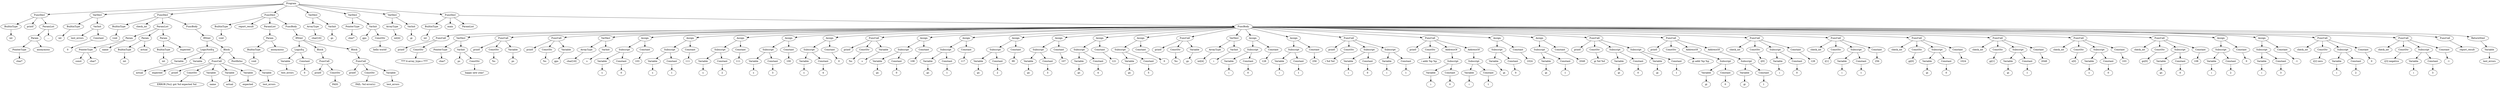
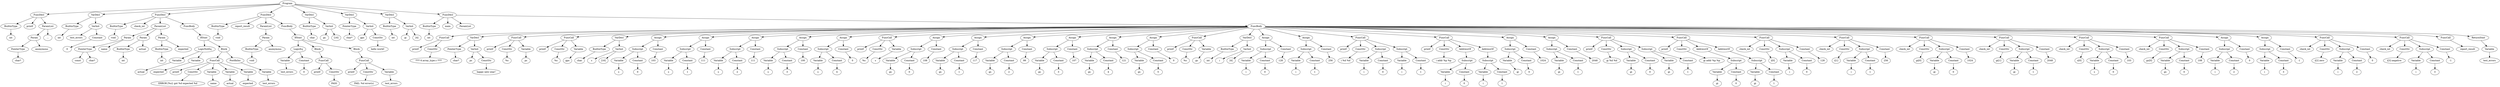
digraph {
Program [label = Program]
Program -> FuncDecl_0
FuncDecl_0 [label = FuncDecl]
FuncDecl_0 -> BuiltinType_1
BuiltinType_1 [label = BuiltinType]
"int_1" [label = "int"]
BuiltinType_1 -> "int_1"
printf_0[ label = printf]
FuncDecl_0 -> printf_0
FuncDecl_0 -> ParamList_2
ParamList_2 [label = ParamList]
ParamList_2 -> Param_3
Param_3 [label = Param]
Param_3 -> PointerType_4
PointerType_4 [label = PointerType]
"char*_4" [label = "char*"]
PointerType_4 -> "char*_4"
anonymous_3 [label = anonymous]
Param_3 -> anonymous_3
"..._2" [label = "..."]
ParamList_2 -> "..._2"
Program -> VarDecl_5
VarDecl_5 [label = VarDecl]
VarDecl_5 -> BuiltinType_6
BuiltinType_6 [label = BuiltinType]
"int_6" [label = "int"]
BuiltinType_6 -> "int_6"
VarDecl_5 -> VarInit_7
VarInit_7 [label = VarInit]
test_errors_7 [label = test_errors]
VarInit_7 -> test_errors_7
VarInit_7 -> Constant_8
Constant_8 [label = Constant]
int_8 [label = "0"]
Constant_8 -> int_8
Program -> FuncDecl_9
FuncDecl_9 [label = FuncDecl]
FuncDecl_9 -> BuiltinType_10
BuiltinType_10 [label = BuiltinType]
"void_10" [label = "void"]
BuiltinType_10 -> "void_10"
check_int_9[ label = check_int]
FuncDecl_9 -> check_int_9
FuncDecl_9 -> ParamList_11
ParamList_11 [label = ParamList]
ParamList_11 -> Param_12
Param_12 [label = Param]
Param_12 -> PointerType_13
PointerType_13 [label = PointerType]
const_13 [label = const]
PointerType_13 -> const_13
"char*_13" [label = "char*"]
PointerType_13 -> "char*_13"
name_12 [label = name]
Param_12 -> name_12
ParamList_11 -> Param_14
Param_14 [label = Param]
Param_14 -> BuiltinType_15
BuiltinType_15 [label = BuiltinType]
"int_15" [label = "int"]
BuiltinType_15 -> "int_15"
actual_14 [label = actual]
Param_14 -> actual_14
ParamList_11 -> Param_16
Param_16 [label = Param]
Param_16 -> BuiltinType_17
BuiltinType_17 [label = BuiltinType]
"int_17" [label = "int"]
BuiltinType_17 -> "int_17"
expected_16 [label = expected]
Param_16 -> expected_16
FuncDecl_9 -> FuncBody_18
FuncBody_18 [label = FuncBody]
FuncBody_18 -> IfStmt_19
IfStmt_19 [label = IfStmt]
IfStmt_19 -> LogicNotEq_20
LogicNotEq_20 [label = LogicNotEq]
LogicNotEq_20 -> Variable_21
Variable_21 [label = Variable]
actual_21 [label = actual]
Variable_21 -> actual_21
LogicNotEq_20 -> Variable_22
Variable_22 [label = Variable]
expected_22 [label = expected]
Variable_22 -> expected_22
IfStmt_19 -> Block_23
Block_23 [label = Block]
Block_23 -> FuncCall_24
FuncCall_24 [label = FuncCall]
printf_24[ label = printf]
FuncCall_24 -> printf_24
FuncCall_24 -> ConstStr_25
ConstStr_25 [label = ConstStr]
str_25 [label = "ERROR [%s]: got %d expected %d"]
ConstStr_25 -> str_25
FuncCall_24 -> Variable_26
Variable_26 [label = Variable]
name_26 [label = name]
Variable_26 -> name_26
FuncCall_24 -> Variable_27
Variable_27 [label = Variable]
actual_27 [label = actual]
Variable_27 -> actual_27
FuncCall_24 -> Variable_28
Variable_28 [label = Variable]
expected_28 [label = expected]
Variable_28 -> expected_28
Block_23 -> PostfixInc_29
PostfixInc_29 [label = PostfixInc]
PostfixInc_29 -> Variable_30
Variable_30 [label = Variable]
test_errors_30 [label = test_errors]
Variable_30 -> test_errors_30
Program -> FuncDecl_31
FuncDecl_31 [label = FuncDecl]
FuncDecl_31 -> BuiltinType_32
BuiltinType_32 [label = BuiltinType]
"void_32" [label = "void"]
BuiltinType_32 -> "void_32"
report_result_31[ label = report_result]
FuncDecl_31 -> report_result_31
FuncDecl_31 -> ParamList_33
ParamList_33 [label = ParamList]
ParamList_33 -> Param_34
Param_34 [label = Param]
Param_34 -> BuiltinType_35
BuiltinType_35 [label = BuiltinType]
"void_35" [label = "void"]
BuiltinType_35 -> "void_35"
anonymous_34 [label = anonymous]
Param_34 -> anonymous_34
FuncDecl_31 -> FuncBody_36
FuncBody_36 [label = FuncBody]
FuncBody_36 -> IfStmt_37
IfStmt_37 [label = IfStmt]
IfStmt_37 -> LogicEq_38
LogicEq_38 [label = LogicEq]
LogicEq_38 -> Variable_39
Variable_39 [label = Variable]
test_errors_39 [label = test_errors]
Variable_39 -> test_errors_39
LogicEq_38 -> Constant_40
Constant_40 [label = Constant]
int_40 [label = "0"]
Constant_40 -> int_40
IfStmt_37 -> Block_41
Block_41 [label = Block]
Block_41 -> FuncCall_42
FuncCall_42 [label = FuncCall]
printf_42[ label = printf]
FuncCall_42 -> printf_42
FuncCall_42 -> ConstStr_43
ConstStr_43 [label = ConstStr]
str_43 [label = "PASS"]
ConstStr_43 -> str_43
IfStmt_37 -> Block_44
Block_44 [label = Block]
Block_44 -> FuncCall_45
FuncCall_45 [label = FuncCall]
printf_45[ label = printf]
FuncCall_45 -> printf_45
FuncCall_45 -> ConstStr_46
ConstStr_46 [label = ConstStr]
str_46 [label = "FAIL: %d error(s)"]
ConstStr_46 -> str_46
FuncCall_45 -> Variable_47
Variable_47 [label = Variable]
test_errors_47 [label = test_errors]
Variable_47 -> test_errors_47
Program -> VarDecl_48
VarDecl_48 [label = VarDecl]
- VarDecl_48 -> ArrayType_49
- ArrayType_49 [label = ArrayType]
- "char[16]_49" [label = "char[16]"]
- ArrayType_49 -> "char[16]_49"
+ VarDecl_48 -> BuiltinType_49
+ BuiltinType_49 [label = BuiltinType]
+ "char_49" [label = "char"]
+ BuiltinType_49 -> "char_49"
VarDecl_48 -> VarInit_50
VarInit_50 [label = VarInit]
gs_50 [label = gs]
VarInit_50 -> gs_50
+ bounds_50 [label = "[16]"]
+ VarInit_50 -> bounds_50
Program -> VarDecl_51
VarDecl_51 [label = VarDecl]
VarDecl_51 -> PointerType_52
PointerType_52 [label = PointerType]
"char*_52" [label = "char*"]
PointerType_52 -> "char*_52"
VarDecl_51 -> VarInit_53
VarInit_53 [label = VarInit]
gps_53 [label = gps]
VarInit_53 -> gps_53
VarInit_53 -> ConstStr_54
ConstStr_54 [label = ConstStr]
str_54 [label = "hello world!"]
ConstStr_54 -> str_54
Program -> VarDecl_55
VarDecl_55 [label = VarDecl]
- VarDecl_55 -> ArrayType_56
- ArrayType_56 [label = ArrayType]
- "int[4]_56" [label = "int[4]"]
- ArrayType_56 -> "int[4]_56"
+ VarDecl_55 -> BuiltinType_56
+ BuiltinType_56 [label = BuiltinType]
+ "int_56" [label = "int"]
+ BuiltinType_56 -> "int_56"
VarDecl_55 -> VarInit_57
VarInit_57 [label = VarInit]
gi_57 [label = gi]
VarInit_57 -> gi_57
+ bounds_57 [label = "[4]"]
+ VarInit_57 -> bounds_57
Program -> FuncDecl_58
FuncDecl_58 [label = FuncDecl]
FuncDecl_58 -> BuiltinType_59
BuiltinType_59 [label = BuiltinType]
"int_59" [label = "int"]
BuiltinType_59 -> "int_59"
main_58[ label = main]
FuncDecl_58 -> main_58
FuncDecl_58 -> ParamList_60
ParamList_60 [label = ParamList]
FuncDecl_58 -> FuncBody_61
FuncBody_61 [label = FuncBody]
FuncBody_61 -> FuncCall_62
FuncCall_62 [label = FuncCall]
printf_62[ label = printf]
FuncCall_62 -> printf_62
FuncCall_62 -> ConstStr_63
ConstStr_63 [label = ConstStr]
str_63 [label = "**** 6.array_type.c ****"]
ConstStr_63 -> str_63
FuncBody_61 -> VarDecl_64
VarDecl_64 [label = VarDecl]
VarDecl_64 -> PointerType_65
PointerType_65 [label = PointerType]
"char*_65" [label = "char*"]
PointerType_65 -> "char*_65"
VarDecl_64 -> VarInit_66
VarInit_66 [label = VarInit]
ps_66 [label = ps]
VarInit_66 -> ps_66
VarInit_66 -> ConstStr_67
ConstStr_67 [label = ConstStr]
str_67 [label = "happy new year!"]
ConstStr_67 -> str_67
FuncBody_61 -> FuncCall_68
FuncCall_68 [label = FuncCall]
printf_68[ label = printf]
FuncCall_68 -> printf_68
FuncCall_68 -> ConstStr_69
ConstStr_69 [label = ConstStr]
str_69 [label = "%s"]
ConstStr_69 -> str_69
FuncCall_68 -> Variable_70
Variable_70 [label = Variable]
ps_70 [label = ps]
Variable_70 -> ps_70
FuncBody_61 -> FuncCall_71
FuncCall_71 [label = FuncCall]
printf_71[ label = printf]
FuncCall_71 -> printf_71
FuncCall_71 -> ConstStr_72
ConstStr_72 [label = ConstStr]
str_72 [label = "%s"]
ConstStr_72 -> str_72
FuncCall_71 -> Variable_73
Variable_73 [label = Variable]
gps_73 [label = gps]
Variable_73 -> gps_73
FuncBody_61 -> VarDecl_74
VarDecl_74 [label = VarDecl]
- VarDecl_74 -> ArrayType_75
- ArrayType_75 [label = ArrayType]
- "char[16]_75" [label = "char[16]"]
- ArrayType_75 -> "char[16]_75"
+ VarDecl_74 -> BuiltinType_75
+ BuiltinType_75 [label = BuiltinType]
+ "char_75" [label = "char"]
+ BuiltinType_75 -> "char_75"
VarDecl_74 -> VarInit_76
VarInit_76 [label = VarInit]
s_76 [label = s]
VarInit_76 -> s_76
+ bounds_76 [label = "[16]"]
+ VarInit_76 -> bounds_76
FuncBody_61 -> Assign_77
Assign_77 [label = Assign]
Assign_77 -> Subscript_78
Subscript_78 [label = Subscript]
Subscript_78 -> Variable_79
Variable_79 [label = Variable]
s_79 [label = s]
Variable_79 -> s_79
Subscript_78 -> Constant_80
Constant_80 [label = Constant]
int_80 [label = "0"]
Constant_80 -> int_80
Assign_77 -> Constant_81
Constant_81 [label = Constant]
char_81 [label = "103"]
Constant_81 -> char_81
FuncBody_61 -> Assign_82
Assign_82 [label = Assign]
Assign_82 -> Subscript_83
Subscript_83 [label = Subscript]
Subscript_83 -> Variable_84
Variable_84 [label = Variable]
s_84 [label = s]
Variable_84 -> s_84
Subscript_83 -> Constant_85
Constant_85 [label = Constant]
int_85 [label = "1"]
Constant_85 -> int_85
Assign_82 -> Constant_86
Constant_86 [label = Constant]
char_86 [label = "111"]
Constant_86 -> char_86
FuncBody_61 -> Assign_87
Assign_87 [label = Assign]
Assign_87 -> Subscript_88
Subscript_88 [label = Subscript]
Subscript_88 -> Variable_89
Variable_89 [label = Variable]
s_89 [label = s]
Variable_89 -> s_89
Subscript_88 -> Constant_90
Constant_90 [label = Constant]
int_90 [label = "2"]
Constant_90 -> int_90
Assign_87 -> Constant_91
Constant_91 [label = Constant]
char_91 [label = "111"]
Constant_91 -> char_91
FuncBody_61 -> Assign_92
Assign_92 [label = Assign]
Assign_92 -> Subscript_93
Subscript_93 [label = Subscript]
Subscript_93 -> Variable_94
Variable_94 [label = Variable]
s_94 [label = s]
Variable_94 -> s_94
Subscript_93 -> Constant_95
Constant_95 [label = Constant]
int_95 [label = "3"]
Constant_95 -> int_95
Assign_92 -> Constant_96
Constant_96 [label = Constant]
char_96 [label = "100"]
Constant_96 -> char_96
FuncBody_61 -> Assign_97
Assign_97 [label = Assign]
Assign_97 -> Subscript_98
Subscript_98 [label = Subscript]
Subscript_98 -> Variable_99
Variable_99 [label = Variable]
s_99 [label = s]
Variable_99 -> s_99
Subscript_98 -> Constant_100
Constant_100 [label = Constant]
int_100 [label = "4"]
Constant_100 -> int_100
Assign_97 -> Constant_101
Constant_101 [label = Constant]
int_101 [label = "0"]
Constant_101 -> int_101
FuncBody_61 -> FuncCall_102
FuncCall_102 [label = FuncCall]
printf_102[ label = printf]
FuncCall_102 -> printf_102
FuncCall_102 -> ConstStr_103
ConstStr_103 [label = ConstStr]
str_103 [label = "%s"]
ConstStr_103 -> str_103
FuncCall_102 -> Variable_104
Variable_104 [label = Variable]
s_104 [label = s]
Variable_104 -> s_104
FuncBody_61 -> Assign_105
Assign_105 [label = Assign]
Assign_105 -> Subscript_106
Subscript_106 [label = Subscript]
Subscript_106 -> Variable_107
Variable_107 [label = Variable]
gs_107 [label = gs]
Variable_107 -> gs_107
Subscript_106 -> Constant_108
Constant_108 [label = Constant]
int_108 [label = "0"]
Constant_108 -> int_108
Assign_105 -> Constant_109
Constant_109 [label = Constant]
char_109 [label = "108"]
Constant_109 -> char_109
FuncBody_61 -> Assign_110
Assign_110 [label = Assign]
Assign_110 -> Subscript_111
Subscript_111 [label = Subscript]
Subscript_111 -> Variable_112
Variable_112 [label = Variable]
gs_112 [label = gs]
Variable_112 -> gs_112
Subscript_111 -> Constant_113
Constant_113 [label = Constant]
int_113 [label = "1"]
Constant_113 -> int_113
Assign_110 -> Constant_114
Constant_114 [label = Constant]
char_114 [label = "117"]
Constant_114 -> char_114
FuncBody_61 -> Assign_115
Assign_115 [label = Assign]
Assign_115 -> Subscript_116
Subscript_116 [label = Subscript]
Subscript_116 -> Variable_117
Variable_117 [label = Variable]
gs_117 [label = gs]
Variable_117 -> gs_117
Subscript_116 -> Constant_118
Constant_118 [label = Constant]
int_118 [label = "2"]
Constant_118 -> int_118
Assign_115 -> Constant_119
Constant_119 [label = Constant]
char_119 [label = "99"]
Constant_119 -> char_119
FuncBody_61 -> Assign_120
Assign_120 [label = Assign]
Assign_120 -> Subscript_121
Subscript_121 [label = Subscript]
Subscript_121 -> Variable_122
Variable_122 [label = Variable]
gs_122 [label = gs]
Variable_122 -> gs_122
Subscript_121 -> Constant_123
Constant_123 [label = Constant]
int_123 [label = "3"]
Constant_123 -> int_123
Assign_120 -> Constant_124
Constant_124 [label = Constant]
char_124 [label = "107"]
Constant_124 -> char_124
FuncBody_61 -> Assign_125
Assign_125 [label = Assign]
Assign_125 -> Subscript_126
Subscript_126 [label = Subscript]
Subscript_126 -> Variable_127
Variable_127 [label = Variable]
gs_127 [label = gs]
Variable_127 -> gs_127
Subscript_126 -> Constant_128
Constant_128 [label = Constant]
int_128 [label = "4"]
Constant_128 -> int_128
Assign_125 -> Constant_129
Constant_129 [label = Constant]
char_129 [label = "121"]
Constant_129 -> char_129
FuncBody_61 -> Assign_130
Assign_130 [label = Assign]
Assign_130 -> Subscript_131
Subscript_131 [label = Subscript]
Subscript_131 -> Variable_132
Variable_132 [label = Variable]
gs_132 [label = gs]
Variable_132 -> gs_132
Subscript_131 -> Constant_133
Constant_133 [label = Constant]
int_133 [label = "5"]
Constant_133 -> int_133
Assign_130 -> Constant_134
Constant_134 [label = Constant]
int_134 [label = "0"]
Constant_134 -> int_134
FuncBody_61 -> FuncCall_135
FuncCall_135 [label = FuncCall]
printf_135[ label = printf]
FuncCall_135 -> printf_135
FuncCall_135 -> ConstStr_136
ConstStr_136 [label = ConstStr]
str_136 [label = "%s"]
ConstStr_136 -> str_136
FuncCall_135 -> Variable_137
Variable_137 [label = Variable]
gs_137 [label = gs]
Variable_137 -> gs_137
FuncBody_61 -> VarDecl_138
VarDecl_138 [label = VarDecl]
- VarDecl_138 -> ArrayType_139
- ArrayType_139 [label = ArrayType]
- "int[4]_139" [label = "int[4]"]
- ArrayType_139 -> "int[4]_139"
+ VarDecl_138 -> BuiltinType_139
+ BuiltinType_139 [label = BuiltinType]
+ "int_139" [label = "int"]
+ BuiltinType_139 -> "int_139"
VarDecl_138 -> VarInit_140
VarInit_140 [label = VarInit]
i_140 [label = i]
VarInit_140 -> i_140
+ bounds_140 [label = "[4]"]
+ VarInit_140 -> bounds_140
FuncBody_61 -> Assign_141
Assign_141 [label = Assign]
Assign_141 -> Subscript_142
Subscript_142 [label = Subscript]
Subscript_142 -> Variable_143
Variable_143 [label = Variable]
i_143 [label = i]
Variable_143 -> i_143
Subscript_142 -> Constant_144
Constant_144 [label = Constant]
int_144 [label = "0"]
Constant_144 -> int_144
Assign_141 -> Constant_145
Constant_145 [label = Constant]
int_145 [label = "128"]
Constant_145 -> int_145
FuncBody_61 -> Assign_146
Assign_146 [label = Assign]
Assign_146 -> Subscript_147
Subscript_147 [label = Subscript]
Subscript_147 -> Variable_148
Variable_148 [label = Variable]
i_148 [label = i]
Variable_148 -> i_148
Subscript_147 -> Constant_149
Constant_149 [label = Constant]
int_149 [label = "1"]
Constant_149 -> int_149
Assign_146 -> Constant_150
Constant_150 [label = Constant]
int_150 [label = "256"]
Constant_150 -> int_150
FuncBody_61 -> FuncCall_151
FuncCall_151 [label = FuncCall]
printf_151[ label = printf]
FuncCall_151 -> printf_151
FuncCall_151 -> ConstStr_152
ConstStr_152 [label = ConstStr]
str_152 [label = "i %d %d"]
ConstStr_152 -> str_152
FuncCall_151 -> Subscript_153
Subscript_153 [label = Subscript]
Subscript_153 -> Variable_154
Variable_154 [label = Variable]
i_154 [label = i]
Variable_154 -> i_154
Subscript_153 -> Constant_155
Constant_155 [label = Constant]
int_155 [label = "0"]
Constant_155 -> int_155
FuncCall_151 -> Subscript_156
Subscript_156 [label = Subscript]
Subscript_156 -> Variable_157
Variable_157 [label = Variable]
i_157 [label = i]
Variable_157 -> i_157
Subscript_156 -> Constant_158
Constant_158 [label = Constant]
int_158 [label = "1"]
Constant_158 -> int_158
FuncBody_61 -> FuncCall_159
FuncCall_159 [label = FuncCall]
printf_159[ label = printf]
FuncCall_159 -> printf_159
FuncCall_159 -> ConstStr_160
ConstStr_160 [label = ConstStr]
str_160 [label = "i addr %p %p"]
ConstStr_160 -> str_160
FuncCall_159 -> AddressOf_161
AddressOf_161 [label = AddressOf]
AddressOf_161 -> Subscript_162
Subscript_162 [label = Subscript]
Subscript_162 -> Variable_163
Variable_163 [label = Variable]
i_163 [label = i]
Variable_163 -> i_163
Subscript_162 -> Constant_164
Constant_164 [label = Constant]
int_164 [label = "0"]
Constant_164 -> int_164
FuncCall_159 -> AddressOf_165
AddressOf_165 [label = AddressOf]
AddressOf_165 -> Subscript_166
Subscript_166 [label = Subscript]
Subscript_166 -> Variable_167
Variable_167 [label = Variable]
i_167 [label = i]
Variable_167 -> i_167
Subscript_166 -> Constant_168
Constant_168 [label = Constant]
int_168 [label = "1"]
Constant_168 -> int_168
FuncBody_61 -> Assign_169
Assign_169 [label = Assign]
Assign_169 -> Subscript_170
Subscript_170 [label = Subscript]
Subscript_170 -> Variable_171
Variable_171 [label = Variable]
gi_171 [label = gi]
Variable_171 -> gi_171
Subscript_170 -> Constant_172
Constant_172 [label = Constant]
int_172 [label = "0"]
Constant_172 -> int_172
Assign_169 -> Constant_173
Constant_173 [label = Constant]
int_173 [label = "1024"]
Constant_173 -> int_173
FuncBody_61 -> Assign_174
Assign_174 [label = Assign]
Assign_174 -> Subscript_175
Subscript_175 [label = Subscript]
Subscript_175 -> Variable_176
Variable_176 [label = Variable]
gi_176 [label = gi]
Variable_176 -> gi_176
Subscript_175 -> Constant_177
Constant_177 [label = Constant]
int_177 [label = "1"]
Constant_177 -> int_177
Assign_174 -> Constant_178
Constant_178 [label = Constant]
int_178 [label = "2048"]
Constant_178 -> int_178
FuncBody_61 -> FuncCall_179
FuncCall_179 [label = FuncCall]
printf_179[ label = printf]
FuncCall_179 -> printf_179
FuncCall_179 -> ConstStr_180
ConstStr_180 [label = ConstStr]
str_180 [label = "gi %d %d"]
ConstStr_180 -> str_180
FuncCall_179 -> Subscript_181
Subscript_181 [label = Subscript]
Subscript_181 -> Variable_182
Variable_182 [label = Variable]
gi_182 [label = gi]
Variable_182 -> gi_182
Subscript_181 -> Constant_183
Constant_183 [label = Constant]
int_183 [label = "0"]
Constant_183 -> int_183
FuncCall_179 -> Subscript_184
Subscript_184 [label = Subscript]
Subscript_184 -> Variable_185
Variable_185 [label = Variable]
gi_185 [label = gi]
Variable_185 -> gi_185
Subscript_184 -> Constant_186
Constant_186 [label = Constant]
int_186 [label = "1"]
Constant_186 -> int_186
FuncBody_61 -> FuncCall_187
FuncCall_187 [label = FuncCall]
printf_187[ label = printf]
FuncCall_187 -> printf_187
FuncCall_187 -> ConstStr_188
ConstStr_188 [label = ConstStr]
str_188 [label = "gi addr %p %p"]
ConstStr_188 -> str_188
FuncCall_187 -> AddressOf_189
AddressOf_189 [label = AddressOf]
AddressOf_189 -> Subscript_190
Subscript_190 [label = Subscript]
Subscript_190 -> Variable_191
Variable_191 [label = Variable]
gi_191 [label = gi]
Variable_191 -> gi_191
Subscript_190 -> Constant_192
Constant_192 [label = Constant]
int_192 [label = "0"]
Constant_192 -> int_192
FuncCall_187 -> AddressOf_193
AddressOf_193 [label = AddressOf]
AddressOf_193 -> Subscript_194
Subscript_194 [label = Subscript]
Subscript_194 -> Variable_195
Variable_195 [label = Variable]
gi_195 [label = gi]
Variable_195 -> gi_195
Subscript_194 -> Constant_196
Constant_196 [label = Constant]
int_196 [label = "1"]
Constant_196 -> int_196
FuncBody_61 -> FuncCall_197
FuncCall_197 [label = FuncCall]
check_int_197[ label = check_int]
FuncCall_197 -> check_int_197
FuncCall_197 -> ConstStr_198
ConstStr_198 [label = ConstStr]
str_198 [label = "i[0]"]
ConstStr_198 -> str_198
FuncCall_197 -> Subscript_199
Subscript_199 [label = Subscript]
Subscript_199 -> Variable_200
Variable_200 [label = Variable]
i_200 [label = i]
Variable_200 -> i_200
Subscript_199 -> Constant_201
Constant_201 [label = Constant]
int_201 [label = "0"]
Constant_201 -> int_201
FuncCall_197 -> Constant_202
Constant_202 [label = Constant]
int_202 [label = "128"]
Constant_202 -> int_202
FuncBody_61 -> FuncCall_203
FuncCall_203 [label = FuncCall]
check_int_203[ label = check_int]
FuncCall_203 -> check_int_203
FuncCall_203 -> ConstStr_204
ConstStr_204 [label = ConstStr]
str_204 [label = "i[1]"]
ConstStr_204 -> str_204
FuncCall_203 -> Subscript_205
Subscript_205 [label = Subscript]
Subscript_205 -> Variable_206
Variable_206 [label = Variable]
i_206 [label = i]
Variable_206 -> i_206
Subscript_205 -> Constant_207
Constant_207 [label = Constant]
int_207 [label = "1"]
Constant_207 -> int_207
FuncCall_203 -> Constant_208
Constant_208 [label = Constant]
int_208 [label = "256"]
Constant_208 -> int_208
FuncBody_61 -> FuncCall_209
FuncCall_209 [label = FuncCall]
check_int_209[ label = check_int]
FuncCall_209 -> check_int_209
FuncCall_209 -> ConstStr_210
ConstStr_210 [label = ConstStr]
str_210 [label = "gi[0]"]
ConstStr_210 -> str_210
FuncCall_209 -> Subscript_211
Subscript_211 [label = Subscript]
Subscript_211 -> Variable_212
Variable_212 [label = Variable]
gi_212 [label = gi]
Variable_212 -> gi_212
Subscript_211 -> Constant_213
Constant_213 [label = Constant]
int_213 [label = "0"]
Constant_213 -> int_213
FuncCall_209 -> Constant_214
Constant_214 [label = Constant]
int_214 [label = "1024"]
Constant_214 -> int_214
FuncBody_61 -> FuncCall_215
FuncCall_215 [label = FuncCall]
check_int_215[ label = check_int]
FuncCall_215 -> check_int_215
FuncCall_215 -> ConstStr_216
ConstStr_216 [label = ConstStr]
str_216 [label = "gi[1]"]
ConstStr_216 -> str_216
FuncCall_215 -> Subscript_217
Subscript_217 [label = Subscript]
Subscript_217 -> Variable_218
Variable_218 [label = Variable]
gi_218 [label = gi]
Variable_218 -> gi_218
Subscript_217 -> Constant_219
Constant_219 [label = Constant]
int_219 [label = "1"]
Constant_219 -> int_219
FuncCall_215 -> Constant_220
Constant_220 [label = Constant]
int_220 [label = "2048"]
Constant_220 -> int_220
FuncBody_61 -> FuncCall_221
FuncCall_221 [label = FuncCall]
check_int_221[ label = check_int]
FuncCall_221 -> check_int_221
FuncCall_221 -> ConstStr_222
ConstStr_222 [label = ConstStr]
str_222 [label = "s[0]"]
ConstStr_222 -> str_222
FuncCall_221 -> Subscript_223
Subscript_223 [label = Subscript]
Subscript_223 -> Variable_224
Variable_224 [label = Variable]
s_224 [label = s]
Variable_224 -> s_224
Subscript_223 -> Constant_225
Constant_225 [label = Constant]
int_225 [label = "0"]
Constant_225 -> int_225
FuncCall_221 -> Constant_226
Constant_226 [label = Constant]
char_226 [label = "103"]
Constant_226 -> char_226
FuncBody_61 -> FuncCall_227
FuncCall_227 [label = FuncCall]
check_int_227[ label = check_int]
FuncCall_227 -> check_int_227
FuncCall_227 -> ConstStr_228
ConstStr_228 [label = ConstStr]
str_228 [label = "gs[0]"]
ConstStr_228 -> str_228
FuncCall_227 -> Subscript_229
Subscript_229 [label = Subscript]
Subscript_229 -> Variable_230
Variable_230 [label = Variable]
gs_230 [label = gs]
Variable_230 -> gs_230
Subscript_229 -> Constant_231
Constant_231 [label = Constant]
int_231 [label = "0"]
Constant_231 -> int_231
FuncCall_227 -> Constant_232
Constant_232 [label = Constant]
char_232 [label = "108"]
Constant_232 -> char_232
FuncBody_61 -> Assign_233
Assign_233 [label = Assign]
Assign_233 -> Subscript_234
Subscript_234 [label = Subscript]
Subscript_234 -> Variable_235
Variable_235 [label = Variable]
i_235 [label = i]
Variable_235 -> i_235
Subscript_234 -> Constant_236
Constant_236 [label = Constant]
int_236 [label = "2"]
Constant_236 -> int_236
Assign_233 -> Constant_237
Constant_237 [label = Constant]
int_237 [label = "0"]
Constant_237 -> int_237
FuncBody_61 -> Assign_238
Assign_238 [label = Assign]
Assign_238 -> Subscript_239
Subscript_239 [label = Subscript]
Subscript_239 -> Variable_240
Variable_240 [label = Variable]
i_240 [label = i]
Variable_240 -> i_240
Subscript_239 -> Constant_241
Constant_241 [label = Constant]
int_241 [label = "3"]
Constant_241 -> int_241
Assign_238 -> Constant_242
Constant_242 [label = Constant]
int_242 [label = "-1"]
Constant_242 -> int_242
FuncBody_61 -> FuncCall_243
FuncCall_243 [label = FuncCall]
check_int_243[ label = check_int]
FuncCall_243 -> check_int_243
FuncCall_243 -> ConstStr_244
ConstStr_244 [label = ConstStr]
str_244 [label = "i[2] zero"]
ConstStr_244 -> str_244
FuncCall_243 -> Subscript_245
Subscript_245 [label = Subscript]
Subscript_245 -> Variable_246
Variable_246 [label = Variable]
i_246 [label = i]
Variable_246 -> i_246
Subscript_245 -> Constant_247
Constant_247 [label = Constant]
int_247 [label = "2"]
Constant_247 -> int_247
FuncCall_243 -> Constant_248
Constant_248 [label = Constant]
int_248 [label = "0"]
Constant_248 -> int_248
FuncBody_61 -> FuncCall_249
FuncCall_249 [label = FuncCall]
check_int_249[ label = check_int]
FuncCall_249 -> check_int_249
FuncCall_249 -> ConstStr_250
ConstStr_250 [label = ConstStr]
str_250 [label = "i[3] negative"]
ConstStr_250 -> str_250
FuncCall_249 -> Subscript_251
Subscript_251 [label = Subscript]
Subscript_251 -> Variable_252
Variable_252 [label = Variable]
i_252 [label = i]
Variable_252 -> i_252
Subscript_251 -> Constant_253
Constant_253 [label = Constant]
int_253 [label = "3"]
Constant_253 -> int_253
FuncCall_249 -> Constant_254
Constant_254 [label = Constant]
int_254 [label = "-1"]
Constant_254 -> int_254
FuncBody_61 -> FuncCall_255
FuncCall_255 [label = FuncCall]
report_result_255[ label = report_result]
FuncCall_255 -> report_result_255
FuncBody_61 -> ReturnStmt_256
ReturnStmt_256 [label = ReturnStmt]
ReturnStmt_256 -> Variable_257
Variable_257 [label = Variable]
test_errors_257 [label = test_errors]
Variable_257 -> test_errors_257
}
